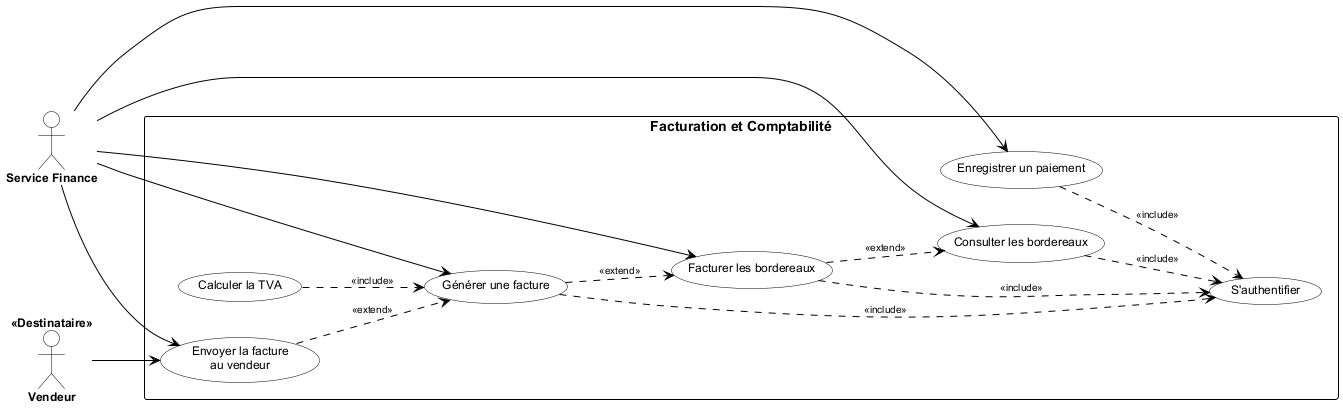
ayoubmek/PFE_data_science keeps this PlantUML diagram as Rapport/diagrams/sprint6_usecase.png. Above is the earlier version. Its diagram source:
```plantuml
@startuml sprint6_usecase
left to right direction

skinparam usecase {
    BackgroundColor White
    BorderColor Black
    FontSize 12
    FontName Arial
}
skinparam actor {
    BackgroundColor White
    BorderColor Black
    FontColor Black
    FontSize 12
    FontName Arial
    FontStyle bold
}
skinparam rectangle {
    BackgroundColor White
    BorderColor Black
    FontSize 14
    FontName Arial
    FontStyle bold
    FontColor Black
}
skinparam arrow {
    Color Black
    FontSize 10
    FontColor Black
}

actor "Service Finance" as SF
actor "Vendeur" as VEN <<Destinataire>>

rectangle "Facturation et Comptabilité" {

    usecase "S'authentifier" as UC0
    usecase "Consulter les bordereaux" as UC1
    usecase "Facturer les bordereaux" as UC2
    usecase "Générer une facture" as UC3
    usecase "Calculer la TVA" as UC4
    usecase "Envoyer la facture\nau vendeur" as UC5
    usecase "Enregistrer un paiement" as UC6

}

SF  --> UC1
SF  --> UC2
SF  --> UC3
SF  --> UC5
SF  --> UC6
VEN --> UC5

UC1 ..> UC0 : <<include>>
UC2 ..> UC0 : <<include>>
UC2 ..> UC1 : <<extend>>
UC3 ..> UC0 : <<include>>
UC3 ..> UC2 : <<extend>>
UC4 ..> UC3 : <<include>>
UC5 ..> UC3 : <<extend>>
UC6 ..> UC0 : <<include>>

@enduml
```
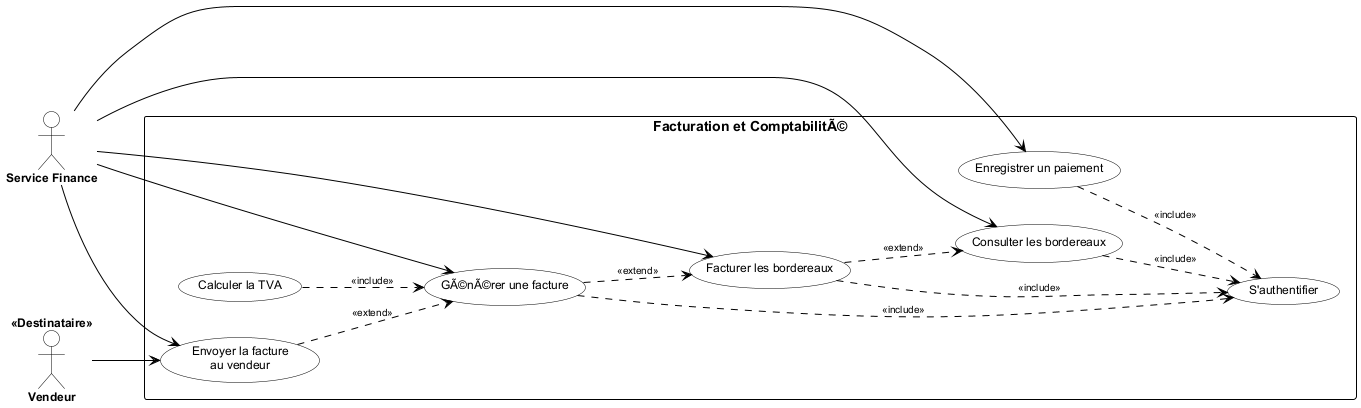
The same file after the commit.

Change to the diagram source:
```diff
@@ -32,12 +32,12 @@
 actor "Service Finance" as SF
 actor "Vendeur" as VEN <<Destinataire>>
 
-rectangle "Facturation et Comptabilité" {
+rectangle "Facturation et ComptabilitÃ©" {
 
     usecase "S'authentifier" as UC0
     usecase "Consulter les bordereaux" as UC1
     usecase "Facturer les bordereaux" as UC2
-    usecase "Générer une facture" as UC3
+    usecase "GÃ©nÃ©rer une facture" as UC3
     usecase "Calculer la TVA" as UC4
     usecase "Envoyer la facture\nau vendeur" as UC5
     usecase "Enregistrer un paiement" as UC6
```
